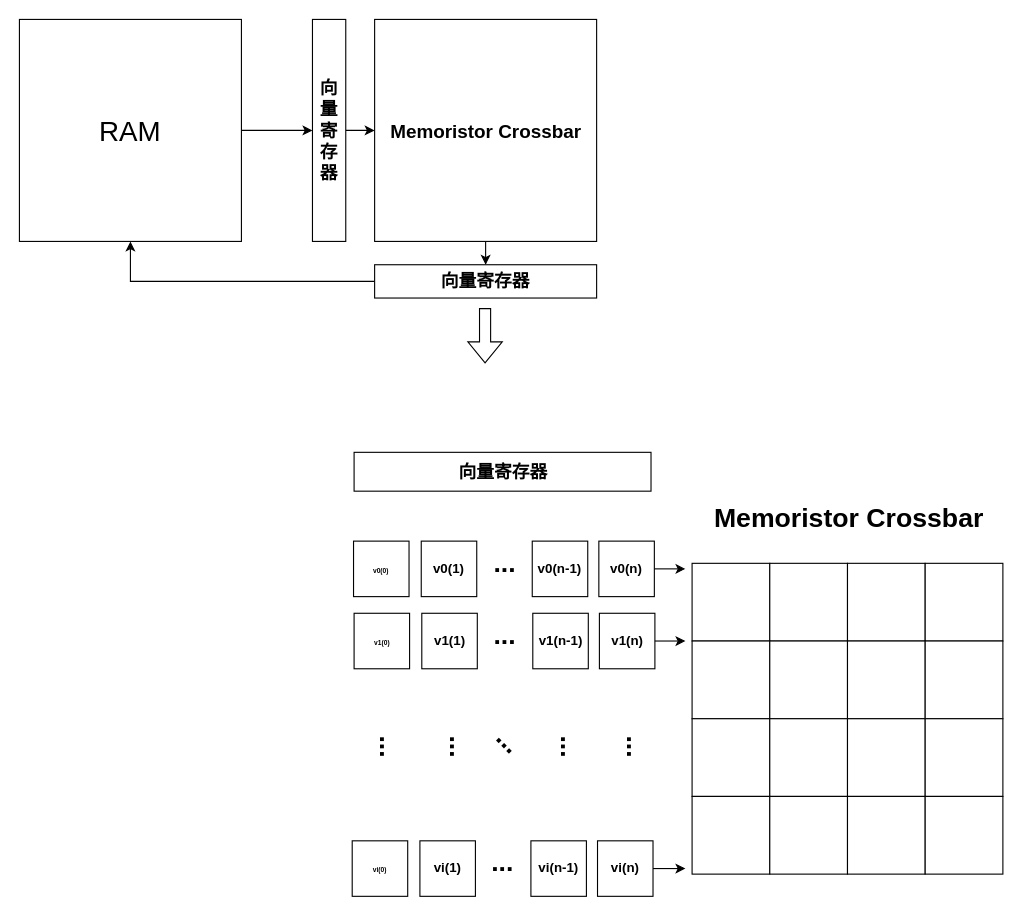
This is docs/RV64ME-arch.drawio from myonie-git/nemu, a draw.io file, before an edit. Source tidied: cells renumbered, new cells numbered last; positions are measured from the earlier drawing's top-left corner, leaving out a move shared by most shapes. Both pictures are drawn from the tidied source at 111%, with x=0, y=0 at pixel (19, 19).
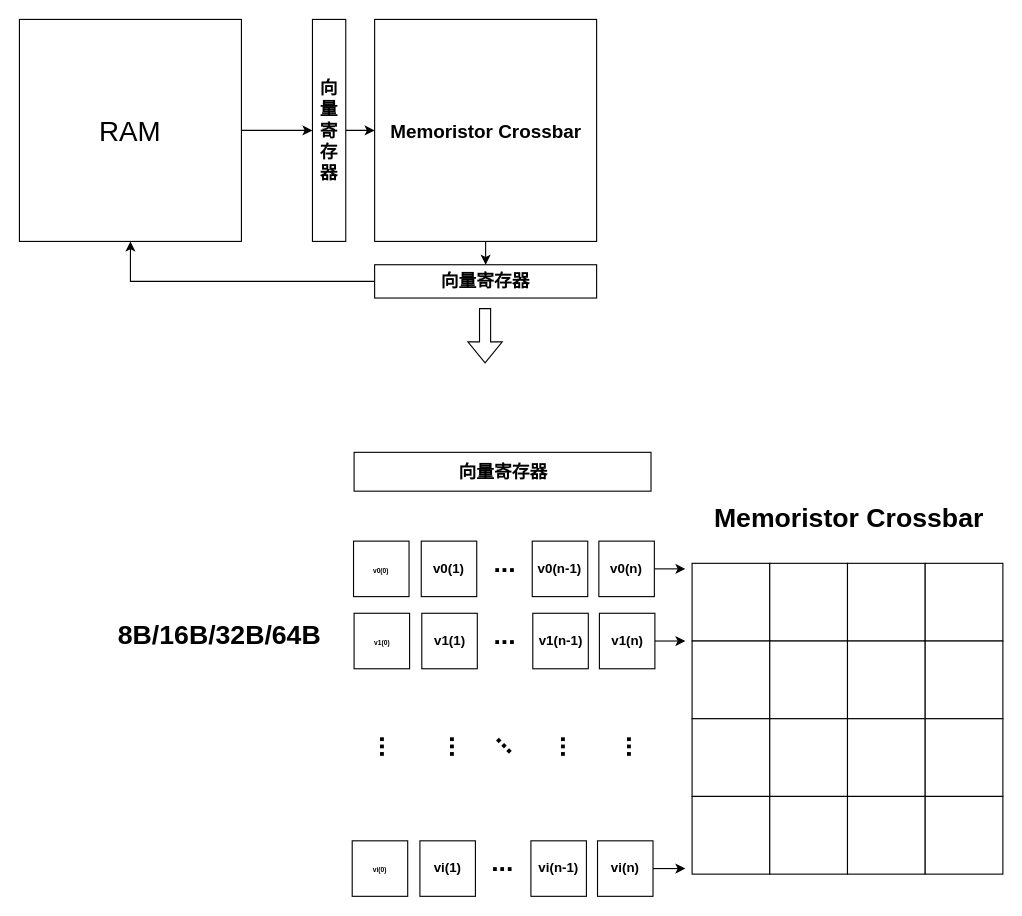
The same diagram, later.

Change to the diagram source:
```diff
@@
+    <mxCell id="53" value="8B/16B/32B/64B" style="text;strokeColor=none;fillColor=none;html=1;fontSize=24;fontStyle=1;verticalAlign=middle;align=center;" parent="1" vertex="1">
+      <mxGeometry x="130" y="535" width="100" height="40" as="geometry" />
+    </mxCell>
```
